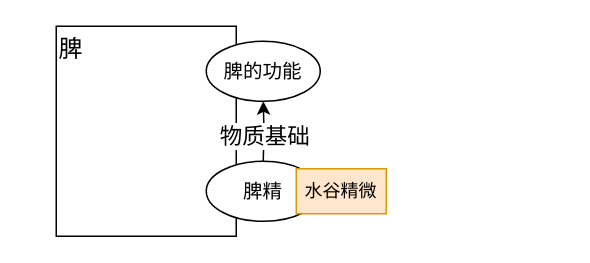
328507133/chart keeps this draw.io diagram as 医门推敲叁/中医藏象学说/藏像学说之脾/脾精、脾气、脾阴、脾阳/脾精.drawio. Above is the earlier version. Source tidied: cells renumbered, new cells numbered last; positions are measured from the earlier drawing's top-left corner, leaving out a move shared by most shapes. Both pictures are drawn from the tidied source at 150%, with x=0, y=0 at pixel (26, 26).
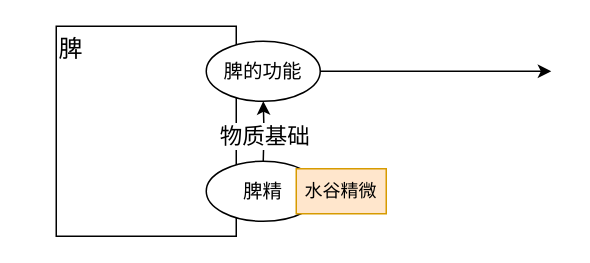
After the change.

Diff of the diagram source:
```diff
@@
 <mxGraphModel>
   <root>
     <mxCell id="0" />
     <mxCell id="1" parent="0" />
     <mxCell id="2" style="rounded=0;whiteSpace=wrap;html=1;" parent="1" vertex="1">
       <mxGeometry x="20" width="120" height="140" as="geometry" />
     </mxCell>
     <mxCell id="3" value="脾" style="text;html=1;strokeColor=none;fillColor=none;align=center;verticalAlign=middle;whiteSpace=wrap;rounded=0;fontSize=16;" parent="1" vertex="1">
       <mxGeometry width="60" height="30" as="geometry" />
     </mxCell>
-    <mxCell id="4" style="group;" parent="1" vertex="1">
-      <mxGeometry x="120" y="10" width="120" height="40" as="geometry" />
-    </mxCell>
-    <mxCell id="5" value="脾的功能" style="ellipse;whiteSpace=wrap;html=1;fontSize=13;" parent="4" vertex="1">
-      <mxGeometry width="76" height="40" as="geometry" />
-    </mxCell>
     <mxCell id="6" style="edgeStyle=orthogonalEdgeStyle;rounded=0;jettySize=auto;html=1;exitX=0.5;exitY=0;exitDx=0;exitDy=0;entryX=0.5;entryY=1;entryDx=0;entryDy=0;" parent="1" edge="1" target="5">
       <mxGeometry relative="1" as="geometry">
         <mxPoint x="158" y="90" as="sourcePoint" />
       </mxGeometry>
     </mxCell>
     <mxCell id="7" value="物质基础" style="edgeLabel;html=1;align=center;verticalAlign=middle;fontSize=15;" parent="6" vertex="1">
       <mxGeometry y="2" relative="1" as="geometry" />
     </mxCell>
     <mxCell id="8" style="group;" parent="1" vertex="1">
       <mxGeometry x="120" y="90" width="120" height="40" as="geometry" />
     </mxCell>
     <mxCell id="9" value="脾精" style="ellipse;whiteSpace=wrap;html=1;fontSize=13;" parent="8" vertex="1">
       <mxGeometry width="76" height="40" as="geometry" />
     </mxCell>
     <mxCell id="10" style="endArrow=classic;html=1;rounded=0;exitX=1;exitY=0.5;exitDx=0;exitDy=0;" parent="8" edge="1" source="9" target="11">
       <mxGeometry relative="1" as="geometry" />
     </mxCell>
     <mxCell id="11" value="水谷精微" style="text;html=1;strokeColor=#d79b00;fillColor=#ffe6cc;align=center;verticalAlign=middle;whiteSpace=wrap;rounded=0;" parent="8" vertex="1">
       <mxGeometry x="60" y="5" width="60" height="30" as="geometry" />
     </mxCell>
+    <mxCell id="12" style="edgeStyle=orthogonalEdgeStyle;rounded=0;jettySize=auto;html=1;exitX=1;exitY=0.5;exitDx=0;exitDy=0;" parent="1" edge="1" source="5">
+      <mxGeometry relative="1" as="geometry">
+        <mxPoint x="350" y="30" as="targetPoint" />
+      </mxGeometry>
+    </mxCell>
+    <mxCell id="5" value="脾的功能" style="ellipse;whiteSpace=wrap;html=1;fontSize=13;" parent="1" vertex="1">
+      <mxGeometry x="120" y="10" width="76" height="40" as="geometry" />
+    </mxCell>
   </root>
 </mxGraphModel>
```
